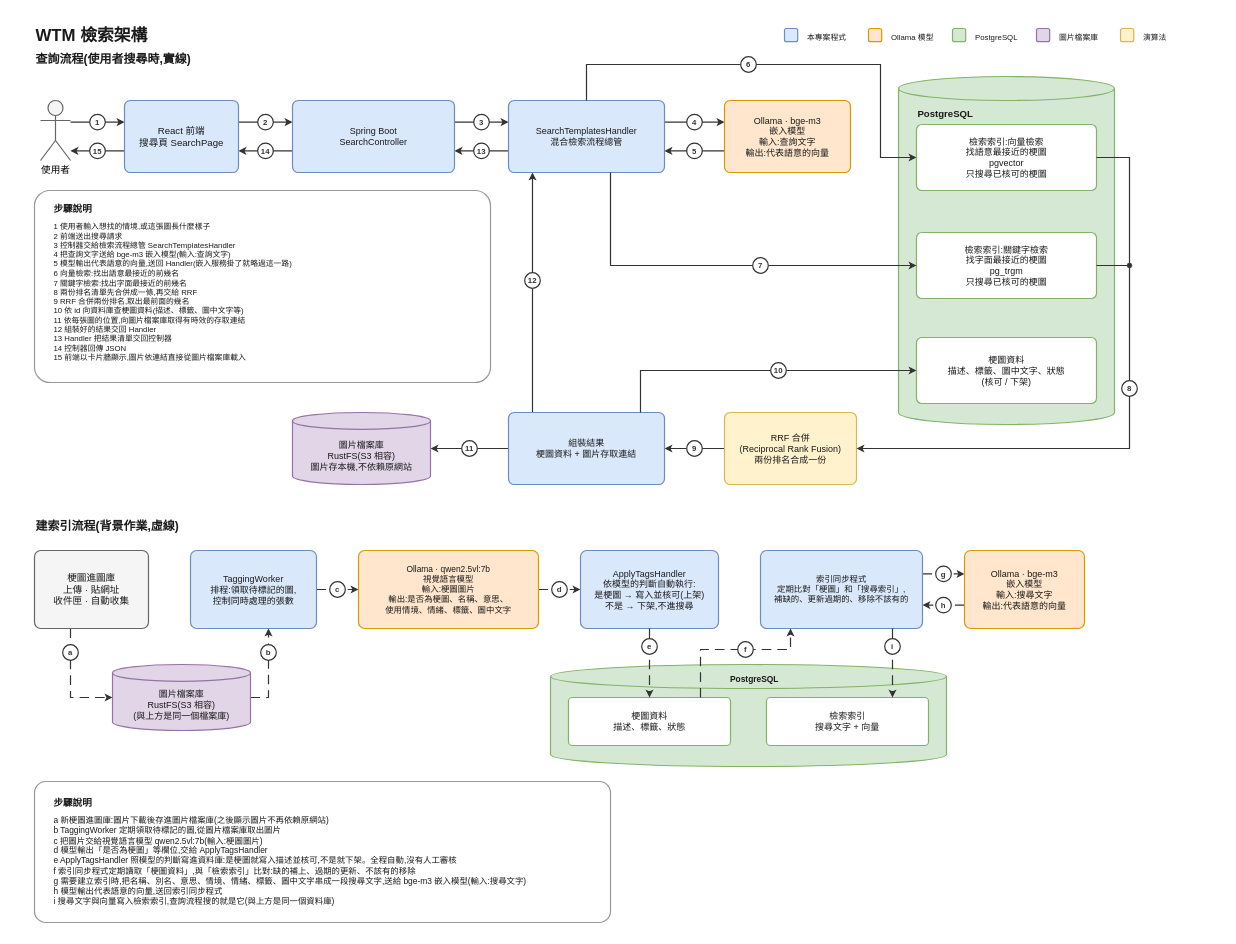
chun-wei0413/WTM keeps this draw.io diagram as docs/images/search-architecture.drawio. Above is the earlier version. Source tidied: cells renumbered, new cells numbered last; positions are measured from the earlier drawing's top-left corner, leaving out a move shared by most shapes. Both pictures are drawn from the tidied source at 60%, with x=0, y=0 at pixel (10, 10).
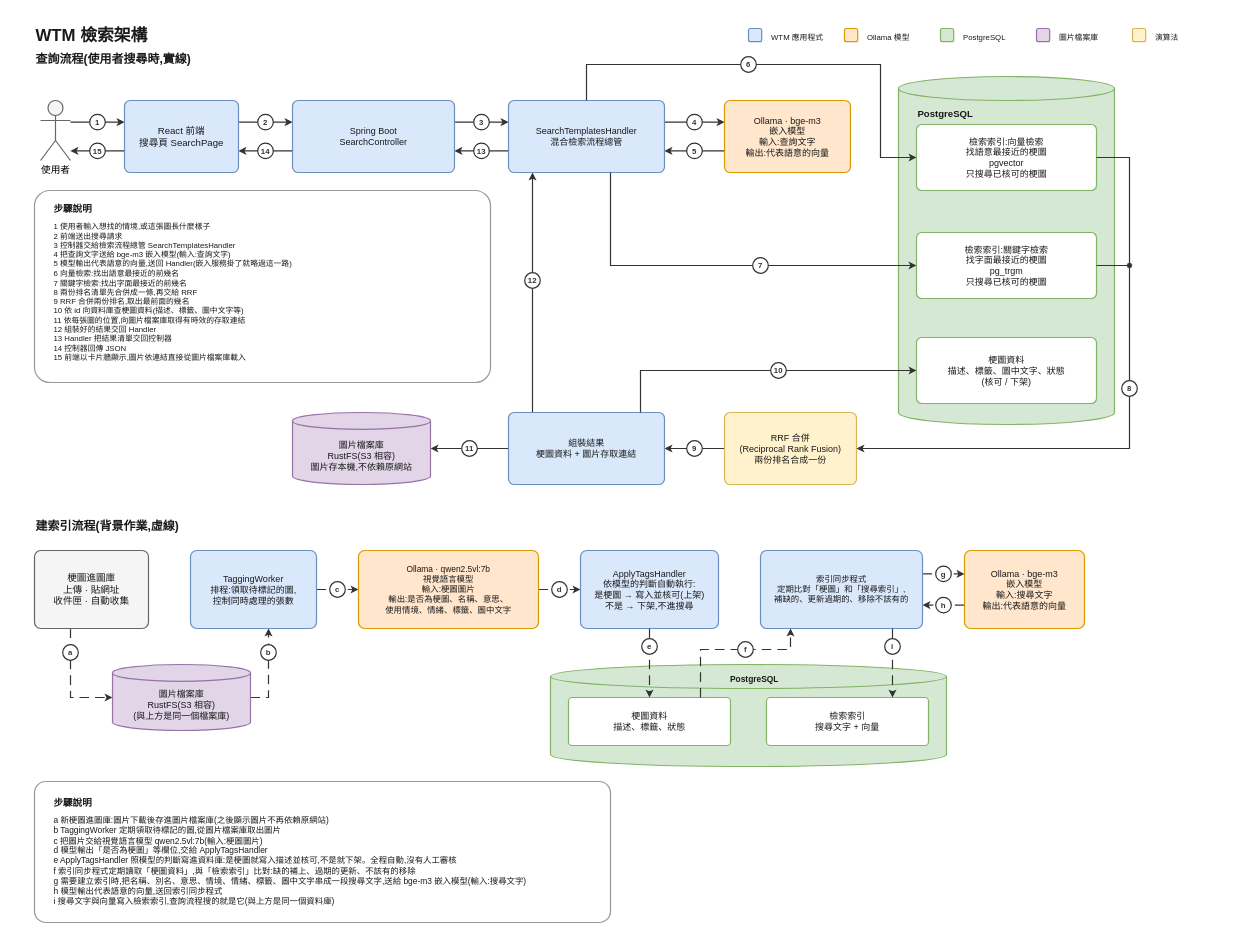
The same page after the edit.

Commit message (it also covers changes not shown here):
[Documentation] Rename the blue legend entry in the architecture diagrams

Diff of the diagram source:
```diff
@@
     <mxCell id="53" style="rounded=1;whiteSpace=wrap;html=1;fillColor=#dae8fc;strokeColor=#6c8ebf;strokeWidth=2;" parent="1" vertex="1">
-      <mxGeometry x="1290" y="30" width="22" height="22" as="geometry" />
+      <mxGeometry x="1230" y="30" width="22" height="22" as="geometry" />
     </mxCell>
-    <mxCell id="54" value="本專案程式" style="text;html=1;whiteSpace=wrap;verticalAlign=top;align=left;fontSize=13;fontFamily=Microsoft JhengHei;fontColor=#1a1a1a;fontStyle=0;spacingLeft=0;spacingTop=0;" parent="1" vertex="1">
-      <mxGeometry x="1326" y="31" width="100" height="22" as="geometry" />
+    <mxCell id="54" value="WTM 應用程式" style="text;html=1;whiteSpace=wrap;verticalAlign=top;align=left;fontSize=13;fontFamily=Microsoft JhengHei;fontColor=#1a1a1a;fontStyle=0;spacingLeft=0;spacingTop=0;" parent="1" vertex="1">
+      <mxGeometry x="1266" y="31" width="120" height="22" as="geometry" />
     </mxCell>
     <mxCell id="55" style="rounded=1;whiteSpace=wrap;html=1;fillColor=#ffe6cc;strokeColor=#d79b00;strokeWidth=2;" parent="1" vertex="1">
-      <mxGeometry x="1430" y="30" width="22" height="22" as="geometry" />
+      <mxGeometry x="1390" y="30" width="22" height="22" as="geometry" />
     </mxCell>
     <mxCell id="56" value="Ollama 模型" style="text;html=1;whiteSpace=wrap;verticalAlign=top;align=left;fontSize=13;fontFamily=Microsoft JhengHei;fontColor=#1a1a1a;fontStyle=0;spacingLeft=0;spacingTop=0;" parent="1" vertex="1">
-      <mxGeometry x="1466" y="31" width="100" height="22" as="geometry" />
+      <mxGeometry x="1426" y="31" width="120" height="22" as="geometry" />
     </mxCell>
     <mxCell id="57" style="rounded=1;whiteSpace=wrap;html=1;fillColor=#d5e8d4;strokeColor=#82b366;strokeWidth=2;" parent="1" vertex="1">
-      <mxGeometry x="1570" y="30" width="22" height="22" as="geometry" />
+      <mxGeometry x="1550" y="30" width="22" height="22" as="geometry" />
     </mxCell>
     <mxCell id="58" value="PostgreSQL" style="text;html=1;whiteSpace=wrap;verticalAlign=top;align=left;fontSize=13;fontFamily=Microsoft JhengHei;fontColor=#1a1a1a;fontStyle=0;spacingLeft=0;spacingTop=0;" parent="1" vertex="1">
-      <mxGeometry x="1606" y="31" width="100" height="22" as="geometry" />
+      <mxGeometry x="1586" y="31" width="120" height="22" as="geometry" />
     </mxCell>
@@
     <mxCell id="60" value="圖片檔案庫" style="text;html=1;whiteSpace=wrap;verticalAlign=top;align=left;fontSize=13;fontFamily=Microsoft JhengHei;fontColor=#1a1a1a;fontStyle=0;spacingLeft=0;spacingTop=0;" parent="1" vertex="1">
-      <mxGeometry x="1746" y="31" width="100" height="22" as="geometry" />
+      <mxGeometry x="1746" y="31" width="120" height="22" as="geometry" />
     </mxCell>
     <mxCell id="61" style="rounded=1;whiteSpace=wrap;html=1;fillColor=#fff2cc;strokeColor=#d6b656;strokeWidth=2;" parent="1" vertex="1">
-      <mxGeometry x="1850" y="30" width="22" height="22" as="geometry" />
+      <mxGeometry x="1870" y="30" width="22" height="22" as="geometry" />
     </mxCell>
     <mxCell id="62" value="演算法" style="text;html=1;whiteSpace=wrap;verticalAlign=top;align=left;fontSize=13;fontFamily=Microsoft JhengHei;fontColor=#1a1a1a;fontStyle=0;spacingLeft=0;spacingTop=0;" parent="1" vertex="1">
-      <mxGeometry x="1886" y="31" width="100" height="22" as="geometry" />
+      <mxGeometry x="1906" y="31" width="120" height="22" as="geometry" />
     </mxCell>
```
